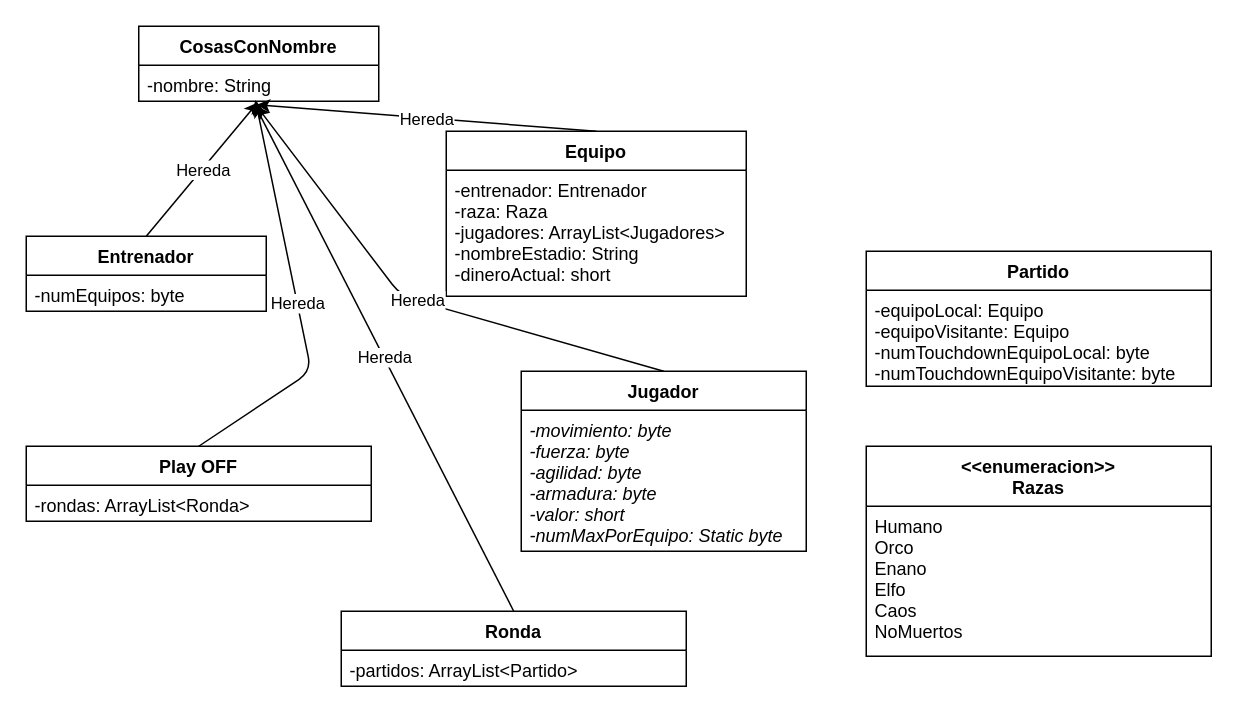
FernandoClaudioMorenoSedano/ProyectoProgramacion keeps this draw.io diagram as Diagrama Trabajo Final.drawio. Above is the earlier version. Source tidied: cells renumbered, new cells numbered last; positions are measured from the earlier drawing's top-left corner, leaving out a move shared by most shapes. Both pictures are drawn from the tidied source at 150%, with x=0, y=0 at pixel (26, 26).
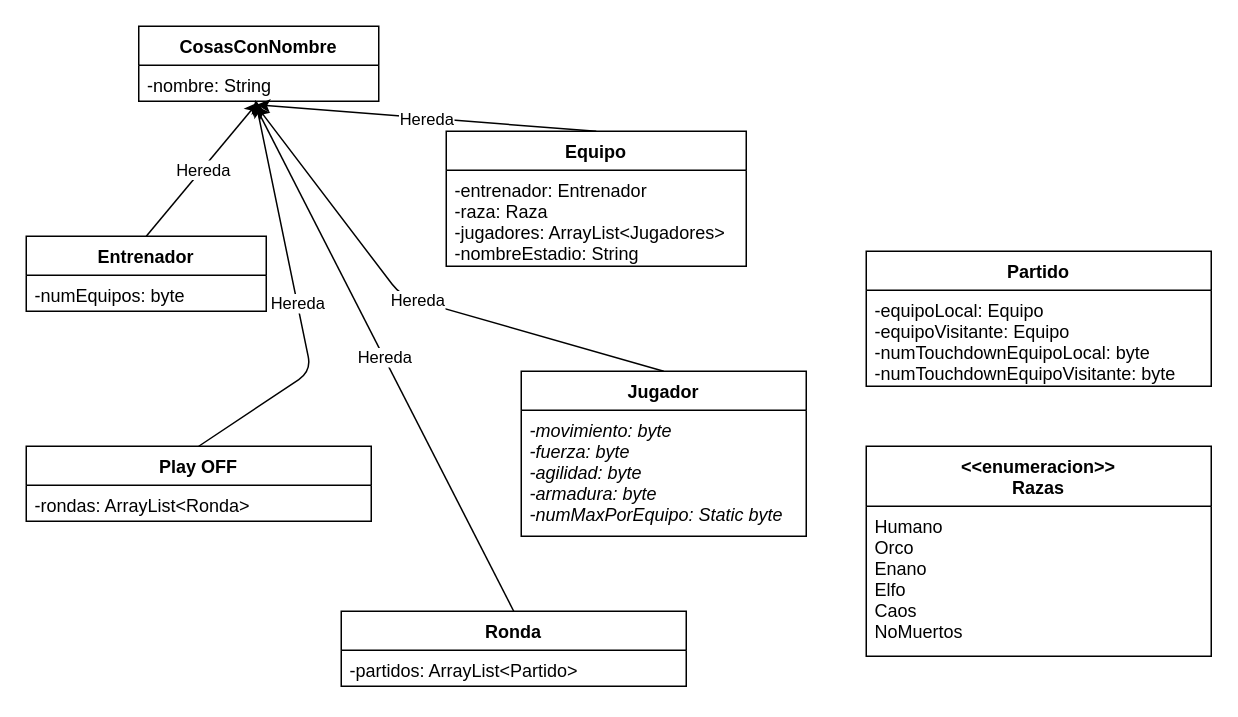
The same page after the edit.

The edit, as a diff of the source:
```diff
@@
     <mxCell id="2" value="Equipo" style="swimlane;fontStyle=1;align=center;verticalAlign=top;horizontal=1;startSize=26;rounded=0;shadow=0;strokeWidth=1;" parent="1" vertex="1">
-      <mxGeometry x="280" y="70" width="200" height="110" as="geometry" />
+      <mxGeometry x="280" y="70" width="200" height="90" as="geometry" />
     </mxCell>
-    <mxCell id="3" value="-entrenador: Entrenador&#10;-raza: Raza&#10;-jugadores: ArrayList&lt;Jugadores&gt;&#10;-nombreEstadio: String&#10;-dineroActual: short" style="text;align=left;verticalAlign=top;spacingLeft=4;spacingRight=4;overflow=hidden;" parent="2" vertex="1">
-      <mxGeometry y="26" width="200" height="84" as="geometry" />
+    <mxCell id="3" value="-entrenador: Entrenador&#10;-raza: Raza&#10;-jugadores: ArrayList&lt;Jugadores&gt;&#10;-nombreEstadio: String" style="text;align=left;verticalAlign=top;spacingLeft=4;spacingRight=4;overflow=hidden;" parent="2" vertex="1">
+      <mxGeometry y="26" width="200" height="64" as="geometry" />
     </mxCell>
     <mxCell id="4" value="Jugador" style="swimlane;fontStyle=1;align=center;verticalAlign=top;horizontal=1;startSize=26;rounded=0;shadow=0;strokeWidth=1;" parent="1" vertex="1">
-      <mxGeometry x="330" y="230" width="190" height="120" as="geometry" />
+      <mxGeometry x="330" y="230" width="190" height="110" as="geometry" />
     </mxCell>
-    <mxCell id="5" value="-movimiento: byte&#10;-fuerza: byte&#10;-agilidad: byte&#10;-armadura: byte&#10;-valor: short&#10;-numMaxPorEquipo: Static byte" style="text;align=left;verticalAlign=top;spacingLeft=4;spacingRight=4;overflow=hidden;fontStyle=2;" parent="4" vertex="1">
-      <mxGeometry y="26" width="190" height="94" as="geometry" />
+    <mxCell id="5" value="-movimiento: byte&#10;-fuerza: byte&#10;-agilidad: byte&#10;-armadura: byte&#10;-numMaxPorEquipo: Static byte" style="text;align=left;verticalAlign=top;spacingLeft=4;spacingRight=4;overflow=hidden;fontStyle=2;" parent="4" vertex="1">
+      <mxGeometry y="26" width="190" height="84" as="geometry" />
     </mxCell>
```
